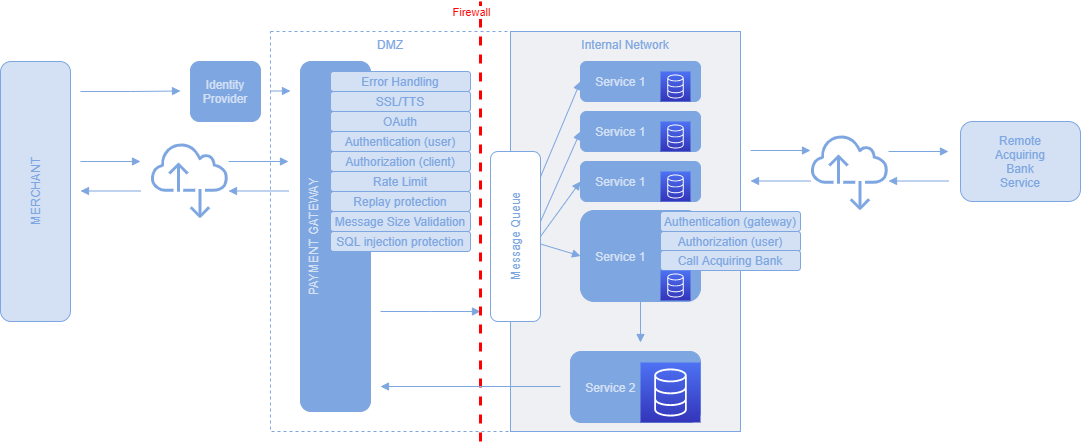
The draw.io diagram paymentgateway.png in vascosoares/paymentgateway, before a commit. Source tidied: cells renumbered, new cells last; positions are measured from the earlier drawing's top-left corner, leaving out a move shared by most shapes.
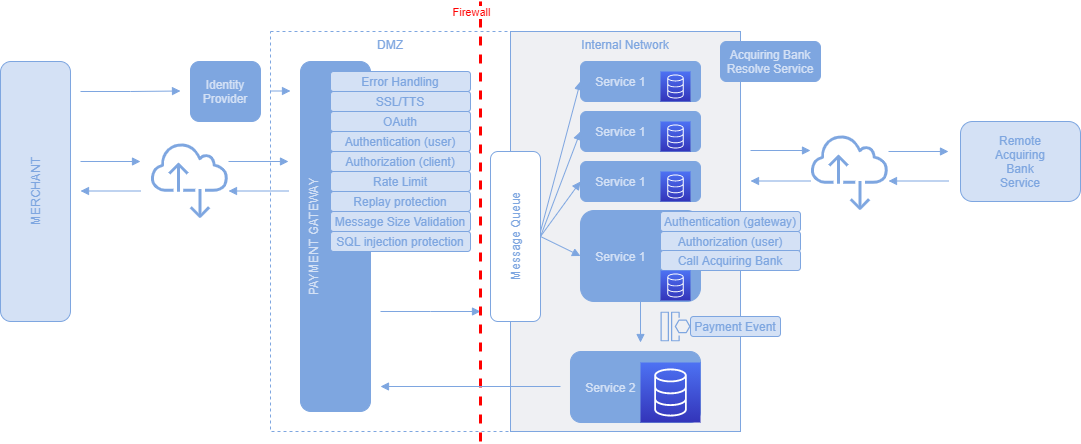
Above is the later version.

Diff of the diagram source:
```diff
@@ -142,17 +142,21 @@
         <mxPoint x="-7" y="-163" as="offset" />
       </mxGeometry>
     </mxCell>
-    <mxCell id="38" style="html=1;endArrow=block;elbow=vertical;startArrow=none;endFill=1;rounded=0;fontColor=#7EA6E0;strokeColor=#7EA6E0;entryX=0;entryY=0.5;entryDx=0;entryDy=0;" parent="1" edge="1" source="23" target="25">
-      <mxGeometry relative="1" as="geometry" />
+    <mxCell id="38" style="html=1;endArrow=block;elbow=vertical;startArrow=none;endFill=1;rounded=0;fontColor=#7EA6E0;strokeColor=#7EA6E0;entryX=0;entryY=0.5;entryDx=0;entryDy=0;" parent="1" edge="1" target="25">
+      <mxGeometry relative="1" as="geometry">
+        <mxPoint x="540" y="235" as="sourcePoint" />
+      </mxGeometry>
     </mxCell>
     <mxCell id="39" style="html=1;endArrow=block;elbow=vertical;startArrow=none;endFill=1;rounded=0;fontColor=#7EA6E0;strokeColor=#7EA6E0;entryX=0;entryY=0.5;entryDx=0;entryDy=0;exitX=1;exitY=0.5;exitDx=0;exitDy=0;" parent="1" edge="1" source="23" target="30">
       <mxGeometry relative="1" as="geometry" />
     </mxCell>
-    <mxCell id="40" style="html=1;endArrow=block;elbow=vertical;startArrow=none;endFill=1;rounded=0;fontColor=#7EA6E0;strokeColor=#7EA6E0;entryX=0;entryY=0.5;entryDx=0;entryDy=0;exitX=1;exitY=0.412;exitDx=0;exitDy=0;exitPerimeter=0;" parent="1" edge="1" source="23" target="31">
+    <mxCell id="40" style="html=1;endArrow=block;elbow=vertical;startArrow=none;endFill=1;rounded=0;fontColor=#7EA6E0;strokeColor=#7EA6E0;entryX=0;entryY=0.5;entryDx=0;entryDy=0;exitX=1;exitY=0.5;exitDx=0;exitDy=0;" parent="1" edge="1" source="23" target="31">
       <mxGeometry relative="1" as="geometry" />
     </mxCell>
-    <mxCell id="41" style="html=1;endArrow=block;elbow=vertical;startArrow=none;endFill=1;rounded=0;fontColor=#7EA6E0;strokeColor=#7EA6E0;entryX=0;entryY=0.5;entryDx=0;entryDy=0;" parent="1" edge="1" source="23" target="32">
-      <mxGeometry relative="1" as="geometry" />
+    <mxCell id="41" style="html=1;endArrow=block;elbow=vertical;startArrow=none;endFill=1;rounded=0;fontColor=#7EA6E0;strokeColor=#7EA6E0;entryX=0;entryY=0.5;entryDx=0;entryDy=0;" parent="1" edge="1" target="32">
+      <mxGeometry relative="1" as="geometry">
+        <mxPoint x="540" y="230" as="sourcePoint" />
+      </mxGeometry>
     </mxCell>
     <mxCell id="42" style="edgeStyle=none;rounded=0;orthogonalLoop=1;jettySize=auto;html=1;entryX=0;entryY=0.5;entryDx=0;entryDy=0;strokeColor=#FF0000;strokeWidth=3;fontColor=#FF0000;" parent="1" edge="1" source="25" target="25">
       <mxGeometry relative="1" as="geometry" />
@@ -205,5 +209,14 @@
         <mxPoint x="640" y="300" as="targetPoint" />
       </mxGeometry>
     </mxCell>
+    <mxCell id="53" style="fontColor=#232F3E;gradientColor=none;strokeColor=none;dashed=0;verticalLabelPosition=bottom;verticalAlign=top;align=center;html=1;fontSize=12;fontStyle=0;shape=mxgraph.aws4.event_resource;fillColor=#7EA6E0;" parent="1" vertex="1">
+      <mxGeometry x="660" y="310" width="30" height="30" as="geometry" />
+    </mxCell>
+    <mxCell id="54" value="Payment Event" style="rounded=1;whiteSpace=wrap;html=1;labelBackgroundColor=none;strokeColor=#7EA6E0;fontColor=#7EA6E0;fillColor=#D4E1F5;" parent="1" vertex="1">
+      <mxGeometry x="690" y="315" width="90" height="20" as="geometry" />
+    </mxCell>
+    <mxCell id="55" value="Acquiring Bank Resolve Service" style="rounded=1;whiteSpace=wrap;html=1;strokeColor=#7EA6E0;fontColor=#D4E1F5;fillColor=#7EA6E0;align=center;" parent="1" vertex="1">
+      <mxGeometry x="720" y="40" width="100" height="40" as="geometry" />
+    </mxCell>
   </root>
 </mxGraphModel>
```
